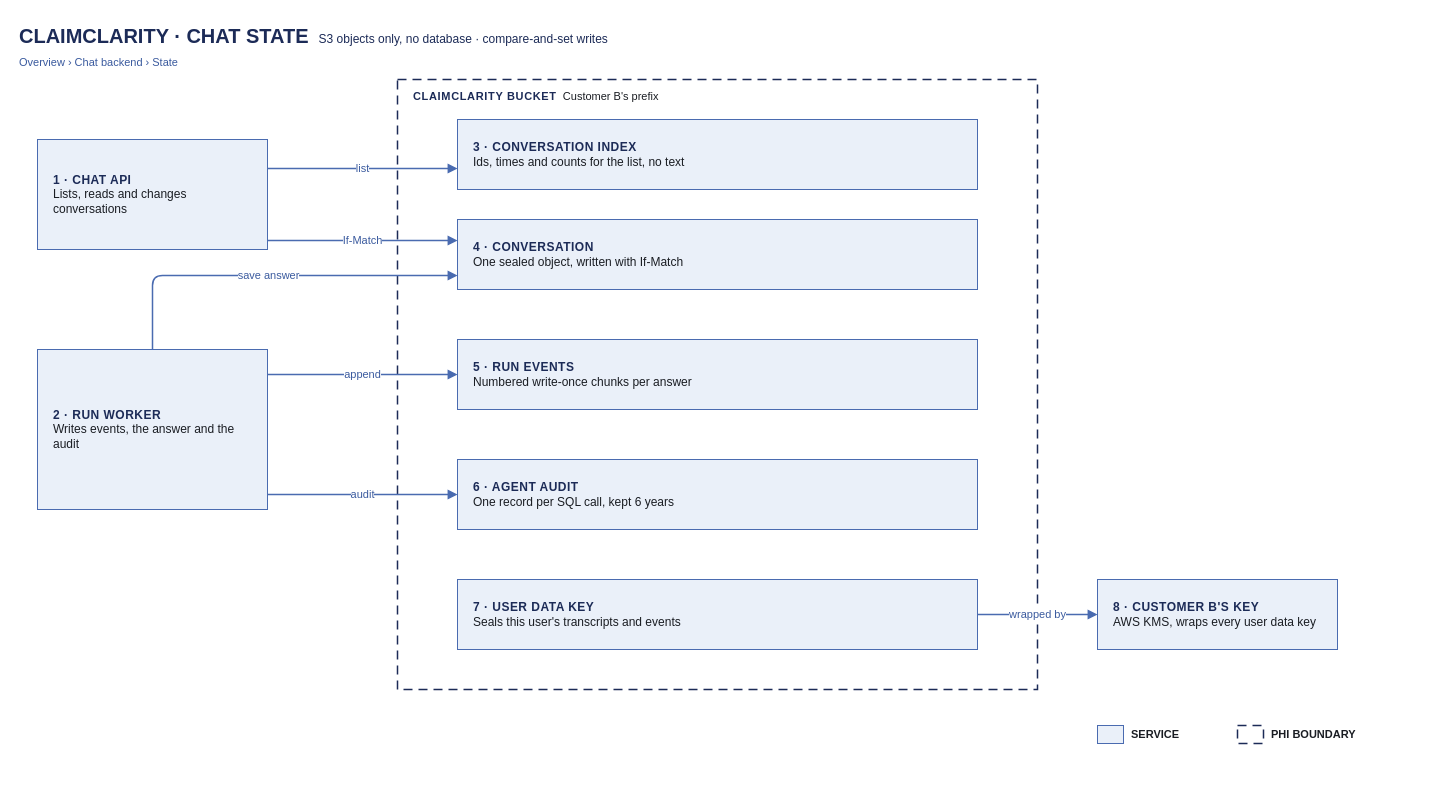
The draw.io diagram docs/architecture/src/33-state.drawio in Peter-Shamoun/cc, before the edit. Source tidied: cells renumbered, new cells numbered last; positions are measured from the earlier drawing's top-left corner, leaving out a move shared by most shapes. Both pictures are drawn from the tidied source at 100%, with x=0, y=0 at pixel (17, 17).
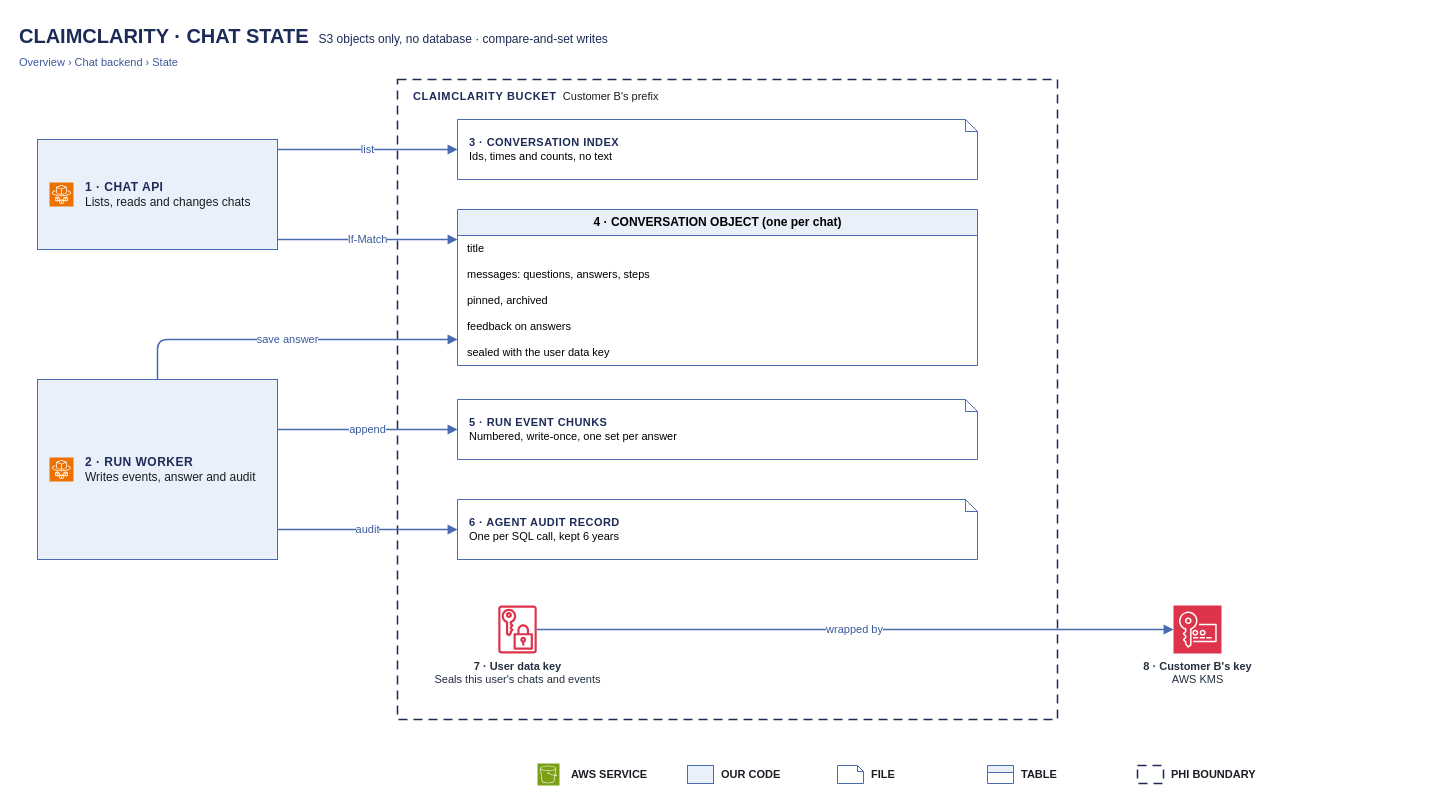
The same page after the edit.

Diff of the diagram source:
```diff
@@
-    <mxCell id="4" value="&lt;b style=&quot;color:#1C2B57;letter-spacing:0.04em&quot;&gt;1 · CHAT API&lt;/b&gt;&lt;br&gt;Lists, reads and changes conversations" style="rounded=0;whiteSpace=wrap;html=1;fillColor=#EAF0F9;strokeColor=#4A6BB0;fontColor=#1A1D23;align=left;spacingLeft=14;spacingRight=10;verticalAlign=middle;fontSize=12;fontFamily=Helvetica;" parent="1" vertex="1">
-      <mxGeometry x="20" y="122" width="230" height="110" as="geometry" />
+    <mxCell id="4" value="&lt;b style=&quot;color:#1C2B57;letter-spacing:0.04em&quot;&gt;1 · CHAT API&lt;/b&gt;&lt;br&gt;Lists, reads and changes chats" style="rounded=0;whiteSpace=wrap;html=1;fillColor=#EAF0F9;strokeColor=#4A6BB0;fontColor=#1A1D23;align=left;spacingLeft=46;spacingRight=10;verticalAlign=middle;fontSize=12;fontFamily=Helvetica;" parent="1" vertex="1">
+      <mxGeometry x="20" y="122" width="240" height="110" as="geometry" />
     </mxCell>
+    <mxCell id="25" style="sketch=0;fontColor=#232F3E;fillColor=#ED7100;strokeColor=#ffffff;dashed=0;verticalAlign=top;align=center;html=1;fontSize=11;fontFamily=Helvetica;shape=mxgraph.aws4.resourceIcon;resIcon=mxgraph.aws4.fargate;" parent="4" vertex="1">
+      <mxGeometry x="12" y="43" width="24" height="24" as="geometry" />
+    </mxCell>
-    <mxCell id="5" value="&lt;b style=&quot;color:#1C2B57;letter-spacing:0.04em&quot;&gt;2 · RUN WORKER&lt;/b&gt;&lt;br&gt;Writes events, the answer and the audit" style="rounded=0;whiteSpace=wrap;html=1;fillColor=#EAF0F9;strokeColor=#4A6BB0;fontColor=#1A1D23;align=left;spacingLeft=14;spacingRight=10;verticalAlign=middle;fontSize=12;fontFamily=Helvetica;" parent="1" vertex="1">
-      <mxGeometry x="20" y="332" width="230" height="160" as="geometry" />
+    <mxCell id="5" value="&lt;b style=&quot;color:#1C2B57;letter-spacing:0.04em&quot;&gt;2 · RUN WORKER&lt;/b&gt;&lt;br&gt;Writes events, answer and audit" style="rounded=0;whiteSpace=wrap;html=1;fillColor=#EAF0F9;strokeColor=#4A6BB0;fontColor=#1A1D23;align=left;spacingLeft=46;spacingRight=10;verticalAlign=middle;fontSize=12;fontFamily=Helvetica;" parent="1" vertex="1">
+      <mxGeometry x="20" y="362" width="240" height="180" as="geometry" />
     </mxCell>
+    <mxCell id="26" style="sketch=0;fontColor=#232F3E;fillColor=#ED7100;strokeColor=#ffffff;dashed=0;verticalAlign=top;align=center;html=1;fontSize=11;fontFamily=Helvetica;shape=mxgraph.aws4.resourceIcon;resIcon=mxgraph.aws4.fargate;" parent="5" vertex="1">
+      <mxGeometry x="12" y="78" width="24" height="24" as="geometry" />
+    </mxCell>
     <mxCell id="6" style="rounded=0;whiteSpace=wrap;html=1;fillColor=none;strokeColor=#1C2B57;dashed=1;dashPattern=6 4;strokeWidth=1.5;" parent="1" vertex="1">
-      <mxGeometry x="380" y="62" width="640" height="610" as="geometry" />
+      <mxGeometry x="380" y="62" width="660" height="640" as="geometry" />
     </mxCell>
     <mxCell id="7" value="&lt;b style=&quot;color:#1C2B57;letter-spacing:0.06em&quot;&gt;CLAIMCLARITY BUCKET&lt;/b&gt;&amp;nbsp;&amp;nbsp;&lt;span style=&quot;color:#1A1D23&quot;&gt;Customer B&amp;#x27;s prefix&lt;/span&gt;" style="text;html=1;align=left;verticalAlign=middle;whiteSpace=wrap;fontFamily=Helvetica;fontSize=11;" parent="6" vertex="1">
-      <mxGeometry x="14" y="6" width="612" height="22" as="geometry" />
+      <mxGeometry x="14" y="6" width="632" height="22" as="geometry" />
     </mxCell>
-    <mxCell id="8" value="&lt;b style=&quot;color:#1C2B57;letter-spacing:0.04em&quot;&gt;3 · CONVERSATION INDEX&lt;/b&gt;&lt;br&gt;Ids, times and counts for the list, no text" style="rounded=0;whiteSpace=wrap;html=1;fillColor=#EAF0F9;strokeColor=#4A6BB0;fontColor=#1A1D23;align=left;spacingLeft=14;spacingRight=10;verticalAlign=middle;fontSize=12;fontFamily=Helvetica;" parent="6" vertex="1">
-      <mxGeometry x="60" y="40" width="520" height="70" as="geometry" />
+    <mxCell id="8" value="&lt;b style=&quot;color:#1C2B57;letter-spacing:0.04em&quot;&gt;3 · CONVERSATION INDEX&lt;/b&gt;&lt;br&gt;Ids, times and counts, no text" style="shape=note;size=12;whiteSpace=wrap;html=1;fillColor=#FFFFFF;strokeColor=#4A6BB0;fontSize=11;fontFamily=Helvetica;align=left;spacingLeft=10;" parent="6" vertex="1">
+      <mxGeometry x="60" y="40" width="520" height="60" as="geometry" />
     </mxCell>
-    <mxCell id="9" value="&lt;b style=&quot;color:#1C2B57;letter-spacing:0.04em&quot;&gt;4 · CONVERSATION&lt;/b&gt;&lt;br&gt;One sealed object, written with If-Match" style="rounded=0;whiteSpace=wrap;html=1;fillColor=#EAF0F9;strokeColor=#4A6BB0;fontColor=#1A1D23;align=left;spacingLeft=14;spacingRight=10;verticalAlign=middle;fontSize=12;fontFamily=Helvetica;" parent="6" vertex="1">
-      <mxGeometry x="60" y="140" width="520" height="70" as="geometry" />
+    <mxCell id="9" value="4 · CONVERSATION OBJECT (one per chat)" style="swimlane;fontStyle=1;horizontal=1;startSize=26;fillColor=#EAF0F9;strokeColor=#4A6BB0;html=1;fontSize=12;fontFamily=Helvetica;" parent="6" vertex="1">
+      <mxGeometry x="60" y="130" width="520" height="156" as="geometry" />
     </mxCell>
+    <mxCell id="27" value="title" style="text;strokeColor=none;fillColor=none;align=left;verticalAlign=middle;spacingLeft=8;html=1;fontSize=11;fontFamily=Helvetica;" parent="9" vertex="1">
+      <mxGeometry y="26" width="520" height="26" as="geometry" />
+    </mxCell>
+    <mxCell id="28" value="messages: questions, answers, steps" style="text;strokeColor=none;fillColor=none;align=left;verticalAlign=middle;spacingLeft=8;html=1;fontSize=11;fontFamily=Helvetica;" parent="9" vertex="1">
+      <mxGeometry y="52" width="520" height="26" as="geometry" />
+    </mxCell>
+    <mxCell id="29" value="pinned, archived" style="text;strokeColor=none;fillColor=none;align=left;verticalAlign=middle;spacingLeft=8;html=1;fontSize=11;fontFamily=Helvetica;" parent="9" vertex="1">
+      <mxGeometry y="78" width="520" height="26" as="geometry" />
+    </mxCell>
+    <mxCell id="30" value="feedback on answers" style="text;strokeColor=none;fillColor=none;align=left;verticalAlign=middle;spacingLeft=8;html=1;fontSize=11;fontFamily=Helvetica;" parent="9" vertex="1">
+      <mxGeometry y="104" width="520" height="26" as="geometry" />
+    </mxCell>
+    <mxCell id="31" value="sealed with the user data key" style="text;strokeColor=none;fillColor=none;align=left;verticalAlign=middle;spacingLeft=8;html=1;fontSize=11;fontFamily=Helvetica;" parent="9" vertex="1">
+      <mxGeometry y="130" width="520" height="26" as="geometry" />
+    </mxCell>
-    <mxCell id="10" value="&lt;b style=&quot;color:#1C2B57;letter-spacing:0.04em&quot;&gt;5 · RUN EVENTS&lt;/b&gt;&lt;br&gt;Numbered write-once chunks per answer" style="rounded=0;whiteSpace=wrap;html=1;fillColor=#EAF0F9;strokeColor=#4A6BB0;fontColor=#1A1D23;align=left;spacingLeft=14;spacingRight=10;verticalAlign=middle;fontSize=12;fontFamily=Helvetica;" parent="6" vertex="1">
-      <mxGeometry x="60" y="260" width="520" height="70" as="geometry" />
+    <mxCell id="10" value="&lt;b style=&quot;color:#1C2B57;letter-spacing:0.04em&quot;&gt;5 · RUN EVENT CHUNKS&lt;/b&gt;&lt;br&gt;Numbered, write-once, one set per answer" style="shape=note;size=12;whiteSpace=wrap;html=1;fillColor=#FFFFFF;strokeColor=#4A6BB0;fontSize=11;fontFamily=Helvetica;align=left;spacingLeft=10;" parent="6" vertex="1">
+      <mxGeometry x="60" y="320" width="520" height="60" as="geometry" />
     </mxCell>
-    <mxCell id="11" value="&lt;b style=&quot;color:#1C2B57;letter-spacing:0.04em&quot;&gt;6 · AGENT AUDIT&lt;/b&gt;&lt;br&gt;One record per SQL call, kept 6 years" style="rounded=0;whiteSpace=wrap;html=1;fillColor=#EAF0F9;strokeColor=#4A6BB0;fontColor=#1A1D23;align=left;spacingLeft=14;spacingRight=10;verticalAlign=middle;fontSize=12;fontFamily=Helvetica;" parent="6" vertex="1">
-      <mxGeometry x="60" y="380" width="520" height="70" as="geometry" />
+    <mxCell id="11" value="&lt;b style=&quot;color:#1C2B57;letter-spacing:0.04em&quot;&gt;6 · AGENT AUDIT RECORD&lt;/b&gt;&lt;br&gt;One per SQL call, kept 6 years" style="shape=note;size=12;whiteSpace=wrap;html=1;fillColor=#FFFFFF;strokeColor=#4A6BB0;fontSize=11;fontFamily=Helvetica;align=left;spacingLeft=10;" parent="6" vertex="1">
+      <mxGeometry x="60" y="420" width="520" height="60" as="geometry" />
     </mxCell>
-    <mxCell id="12" value="&lt;b style=&quot;color:#1C2B57;letter-spacing:0.04em&quot;&gt;7 · USER DATA KEY&lt;/b&gt;&lt;br&gt;Seals this user&amp;#x27;s transcripts and events" style="rounded=0;whiteSpace=wrap;html=1;fillColor=#EAF0F9;strokeColor=#4A6BB0;fontColor=#1A1D23;align=left;spacingLeft=14;spacingRight=10;verticalAlign=middle;fontSize=12;fontFamily=Helvetica;" parent="6" vertex="1">
-      <mxGeometry x="60" y="500" width="520" height="70" as="geometry" />
+    <mxCell id="12" value="&lt;b&gt;7 · User data key&lt;/b&gt;&lt;br&gt;Seals this user&amp;#x27;s chats and events" style="sketch=0;outlineConnect=0;fontColor=#232F3E;fillColor=#DD344C;strokeColor=none;dashed=0;verticalLabelPosition=bottom;verticalAlign=top;align=center;html=1;fontSize=11;fontFamily=Helvetica;shape=mxgraph.aws4.data_encryption_key;" parent="6" vertex="1">
+      <mxGeometry x="96" y="526" width="48" height="48" as="geometry" />
     </mxCell>
-    <mxCell id="13" value="&lt;b style=&quot;color:#1C2B57;letter-spacing:0.04em&quot;&gt;8 · CUSTOMER B&amp;#x27;S KEY&lt;/b&gt;&lt;br&gt;AWS KMS, wraps every user data key" style="rounded=0;whiteSpace=wrap;html=1;fillColor=#EAF0F9;strokeColor=#4A6BB0;fontColor=#1A1D23;align=left;spacingLeft=14;spacingRight=10;verticalAlign=middle;fontSize=12;fontFamily=Helvetica;" parent="1" vertex="1">
-      <mxGeometry x="1080" y="562" width="240" height="70" as="geometry" />
+    <mxCell id="13" value="&lt;b&gt;8 · Customer B&amp;#x27;s key&lt;/b&gt;&lt;br&gt;AWS KMS" style="sketch=0;outlineConnect=0;fontColor=#232F3E;fillColor=#DD344C;strokeColor=#ffffff;dashed=0;verticalLabelPosition=bottom;verticalAlign=top;align=center;html=1;fontSize=11;fontFamily=Helvetica;shape=mxgraph.aws4.resourceIcon;resIcon=mxgraph.aws4.key_management_service;" parent="1" vertex="1">
+      <mxGeometry x="1156" y="588" width="48" height="48" as="geometry" />
     </mxCell>
-    <mxCell id="14" value="list" style="edgeStyle=orthogonalEdgeStyle;rounded=1;jettySize=auto;html=1;strokeColor=#4A6BB0;strokeWidth=1.5;endArrow=block;endFill=1;endSize=6;fontSize=11;fontColor=#3A5A9E;labelBackgroundColor=#FFFFFF;fontFamily=Helvetica;exitX=1;exitY=0.2636;exitDx=0;exitDy=0;entryX=0;entryY=0.7;entryDx=0;entryDy=0;" parent="1" edge="1" source="4" target="8">
+    <mxCell id="14" value="list" style="edgeStyle=orthogonalEdgeStyle;rounded=1;jettySize=auto;html=1;strokeColor=#4A6BB0;strokeWidth=1.5;endArrow=block;endFill=1;endSize=6;fontSize=11;fontColor=#3A5A9E;labelBackgroundColor=#FFFFFF;fontFamily=Helvetica;exitX=1;exitY=0.0909;exitDx=0;exitDy=0;entryX=0;entryY=0.5;entryDx=0;entryDy=0;" parent="1" edge="1" source="4" target="8">
       <mxGeometry relative="1" as="geometry" />
     </mxCell>
-    <mxCell id="15" value="If-Match" style="edgeStyle=orthogonalEdgeStyle;rounded=1;jettySize=auto;html=1;strokeColor=#4A6BB0;strokeWidth=1.5;endArrow=block;endFill=1;endSize=6;fontSize=11;fontColor=#3A5A9E;labelBackgroundColor=#FFFFFF;fontFamily=Helvetica;exitX=1;exitY=0.9182;exitDx=0;exitDy=0;entryX=0;entryY=0.3;entryDx=0;entryDy=0;" parent="1" edge="1" source="4" target="9">
+    <mxCell id="15" value="If-Match" style="edgeStyle=orthogonalEdgeStyle;rounded=1;jettySize=auto;html=1;strokeColor=#4A6BB0;strokeWidth=1.5;endArrow=block;endFill=1;endSize=6;fontSize=11;fontColor=#3A5A9E;labelBackgroundColor=#FFFFFF;fontFamily=Helvetica;exitX=1;exitY=0.9091;exitDx=0;exitDy=0;entryX=0;entryY=0.1923;entryDx=0;entryDy=0;" parent="1" edge="1" source="4" target="9">
       <mxGeometry relative="1" as="geometry" />
     </mxCell>
-    <mxCell id="16" value="append" style="edgeStyle=orthogonalEdgeStyle;rounded=1;jettySize=auto;html=1;strokeColor=#4A6BB0;strokeWidth=1.5;endArrow=block;endFill=1;endSize=6;fontSize=11;fontColor=#3A5A9E;labelBackgroundColor=#FFFFFF;fontFamily=Helvetica;exitX=1;exitY=0.1562;exitDx=0;exitDy=0;entryX=0;entryY=0.5;entryDx=0;entryDy=0;" parent="1" edge="1" source="5" target="10">
+    <mxCell id="16" value="append" style="edgeStyle=orthogonalEdgeStyle;rounded=1;jettySize=auto;html=1;strokeColor=#4A6BB0;strokeWidth=1.5;endArrow=block;endFill=1;endSize=6;fontSize=11;fontColor=#3A5A9E;labelBackgroundColor=#FFFFFF;fontFamily=Helvetica;exitX=1;exitY=0.2778;exitDx=0;exitDy=0;entryX=0;entryY=0.5;entryDx=0;entryDy=0;" parent="1" edge="1" source="5" target="10">
       <mxGeometry relative="1" as="geometry" />
     </mxCell>
-    <mxCell id="17" value="audit" style="edgeStyle=orthogonalEdgeStyle;rounded=1;jettySize=auto;html=1;strokeColor=#4A6BB0;strokeWidth=1.5;endArrow=block;endFill=1;endSize=6;fontSize=11;fontColor=#3A5A9E;labelBackgroundColor=#FFFFFF;fontFamily=Helvetica;exitX=1;exitY=0.9062;exitDx=0;exitDy=0;entryX=0;entryY=0.5;entryDx=0;entryDy=0;" parent="1" edge="1" source="5" target="11">
+    <mxCell id="17" value="audit" style="edgeStyle=orthogonalEdgeStyle;rounded=1;jettySize=auto;html=1;strokeColor=#4A6BB0;strokeWidth=1.5;endArrow=block;endFill=1;endSize=6;fontSize=11;fontColor=#3A5A9E;labelBackgroundColor=#FFFFFF;fontFamily=Helvetica;exitX=1;exitY=0.8333;exitDx=0;exitDy=0;entryX=0;entryY=0.5;entryDx=0;entryDy=0;" parent="1" edge="1" source="5" target="11">
       <mxGeometry relative="1" as="geometry" />
     </mxCell>
-    <mxCell id="18" value="save answer" style="edgeStyle=orthogonalEdgeStyle;rounded=1;jettySize=auto;html=1;strokeColor=#4A6BB0;strokeWidth=1.5;endArrow=block;endFill=1;endSize=6;fontSize=11;fontColor=#3A5A9E;labelBackgroundColor=#FFFFFF;fontFamily=Helvetica;exitX=0.5;exitY=0;exitDx=0;exitDy=0;entryX=0;entryY=0.8;entryDx=0;entryDy=0;" parent="1" edge="1" source="5" target="9">
+    <mxCell id="18" value="save answer" style="edgeStyle=orthogonalEdgeStyle;rounded=1;jettySize=auto;html=1;strokeColor=#4A6BB0;strokeWidth=1.5;endArrow=block;endFill=1;endSize=6;fontSize=11;fontColor=#3A5A9E;labelBackgroundColor=#FFFFFF;fontFamily=Helvetica;exitX=0.5;exitY=0;exitDx=0;exitDy=0;entryX=0;entryY=0.8333;entryDx=0;entryDy=0;" parent="1" edge="1" source="5" target="9">
       <mxGeometry relative="1" as="geometry">
         <Array as="points">
-          <mxPoint x="135" y="258" />
+          <mxPoint x="140" y="322" />
         </Array>
       </mxGeometry>
     </mxCell>
@@
     <mxCell id="20" style="rounded=0;html=1;fillColor=none;strokeColor=none;" parent="1" vertex="1">
-      <mxGeometry x="1080" y="702" width="280" height="30" as="geometry" />
+      <mxGeometry x="520" y="742" width="750" height="30" as="geometry" />
     </mxCell>
-    <mxCell id="21" style="fillColor=#EAF0F9;strokeColor=#4A6BB0;html=1;" parent="20" vertex="1">
-      <mxGeometry y="6" width="26" height="18" as="geometry" />
-    </mxCell>
-    <mxCell id="22" value="SERVICE" style="text;html=1;align=left;verticalAlign=middle;fontSize=11;fontColor=#1A1D23;fontStyle=1;fontFamily=Helvetica;" parent="20" vertex="1">
-      <mxGeometry x="32" y="4" width="105" height="22" as="geometry" />
-    </mxCell>
+    <mxCell id="32" style="sketch=0;fontColor=#232F3E;fillColor=#7AA116;strokeColor=#ffffff;dashed=0;verticalAlign=top;align=center;html=1;fontSize=11;fontFamily=Helvetica;shape=mxgraph.aws4.resourceIcon;resIcon=mxgraph.aws4.s3;" parent="20" vertex="1">
+      <mxGeometry y="4" width="22" height="22" as="geometry" />
+    </mxCell>
+    <mxCell id="33" value="AWS SERVICE" style="text;html=1;align=left;verticalAlign=middle;fontSize=11;fontColor=#1A1D23;fontStyle=1;fontFamily=Helvetica;" parent="20" vertex="1">
+      <mxGeometry x="32" y="4" width="112" height="22" as="geometry" />
+    </mxCell>
+    <mxCell id="34" style="rounded=0;whiteSpace=wrap;html=1;fillColor=#EAF0F9;strokeColor=#4A6BB0;fontColor=#1A1D23;align=left;spacingLeft=14;spacingRight=10;verticalAlign=middle;fontSize=12;fontFamily=Helvetica;" parent="20" vertex="1">
+      <mxGeometry x="150" y="6" width="26" height="18" as="geometry" />
+    </mxCell>
+    <mxCell id="35" value="OUR CODE" style="text;html=1;align=left;verticalAlign=middle;fontSize=11;fontColor=#1A1D23;fontStyle=1;fontFamily=Helvetica;" parent="20" vertex="1">
+      <mxGeometry x="182" y="4" width="112" height="22" as="geometry" />
+    </mxCell>
+    <mxCell id="36" style="shape=note;size=6;whiteSpace=wrap;html=1;fillColor=#FFFFFF;strokeColor=#4A6BB0;fontSize=11;fontFamily=Helvetica;align=left;spacingLeft=10;" parent="20" vertex="1">
+      <mxGeometry x="300" y="6" width="26" height="18" as="geometry" />
+    </mxCell>
+    <mxCell id="37" value="FILE" style="text;html=1;align=left;verticalAlign=middle;fontSize=11;fontColor=#1A1D23;fontStyle=1;fontFamily=Helvetica;" parent="20" vertex="1">
+      <mxGeometry x="332" y="4" width="112" height="22" as="geometry" />
+    </mxCell>
+    <mxCell id="38" style="swimlane;startSize=7;fillColor=#EAF0F9;strokeColor=#4A6BB0;html=1;" parent="20" vertex="1">
+      <mxGeometry x="450" y="6" width="26" height="18" as="geometry" />
+    </mxCell>
+    <mxCell id="39" value="TABLE" style="text;html=1;align=left;verticalAlign=middle;fontSize=11;fontColor=#1A1D23;fontStyle=1;fontFamily=Helvetica;" parent="20" vertex="1">
+      <mxGeometry x="482" y="4" width="112" height="22" as="geometry" />
+    </mxCell>
     <mxCell id="23" style="fillColor=none;strokeColor=#1C2B57;dashed=1;dashPattern=6 4;strokeWidth=1.5;html=1;" parent="20" vertex="1">
-      <mxGeometry x="140" y="6" width="26" height="18" as="geometry" />
+      <mxGeometry x="600" y="6" width="26" height="18" as="geometry" />
     </mxCell>
     <mxCell id="24" value="PHI BOUNDARY" style="text;html=1;align=left;verticalAlign=middle;fontSize=11;fontColor=#1A1D23;fontStyle=1;fontFamily=Helvetica;" parent="20" vertex="1">
-      <mxGeometry x="172" y="4" width="105" height="22" as="geometry" />
+      <mxGeometry x="632" y="4" width="112" height="22" as="geometry" />
     </mxCell>
```
